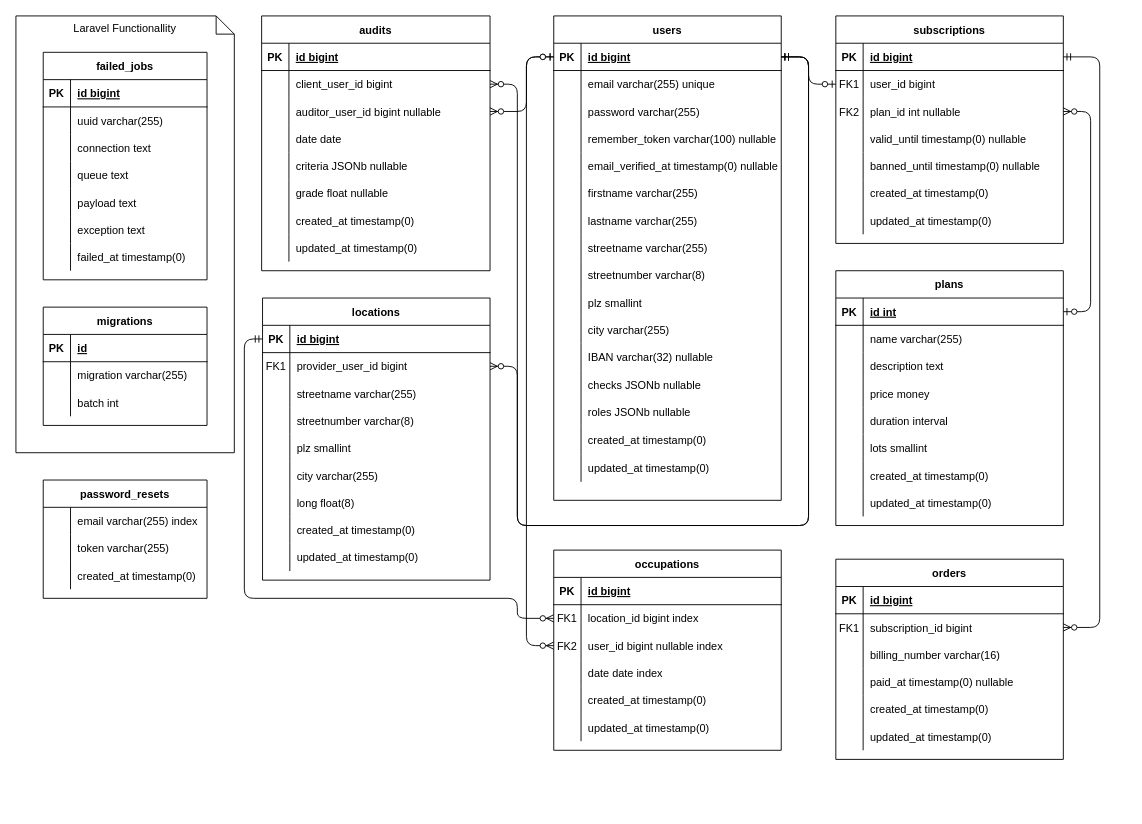
PatrickRoethlisberger/CS-Datenbanktechnologie keeps this draw.io diagram as docs/ERM_Patrick.drawio. Above is the earlier version. Source tidied: cells renumbered, new cells numbered last; positions are measured from the earlier drawing's top-left corner, leaving out a move shared by most shapes. Both pictures are drawn from the tidied source at 91%, with x=0, y=0 at pixel (15, 15).
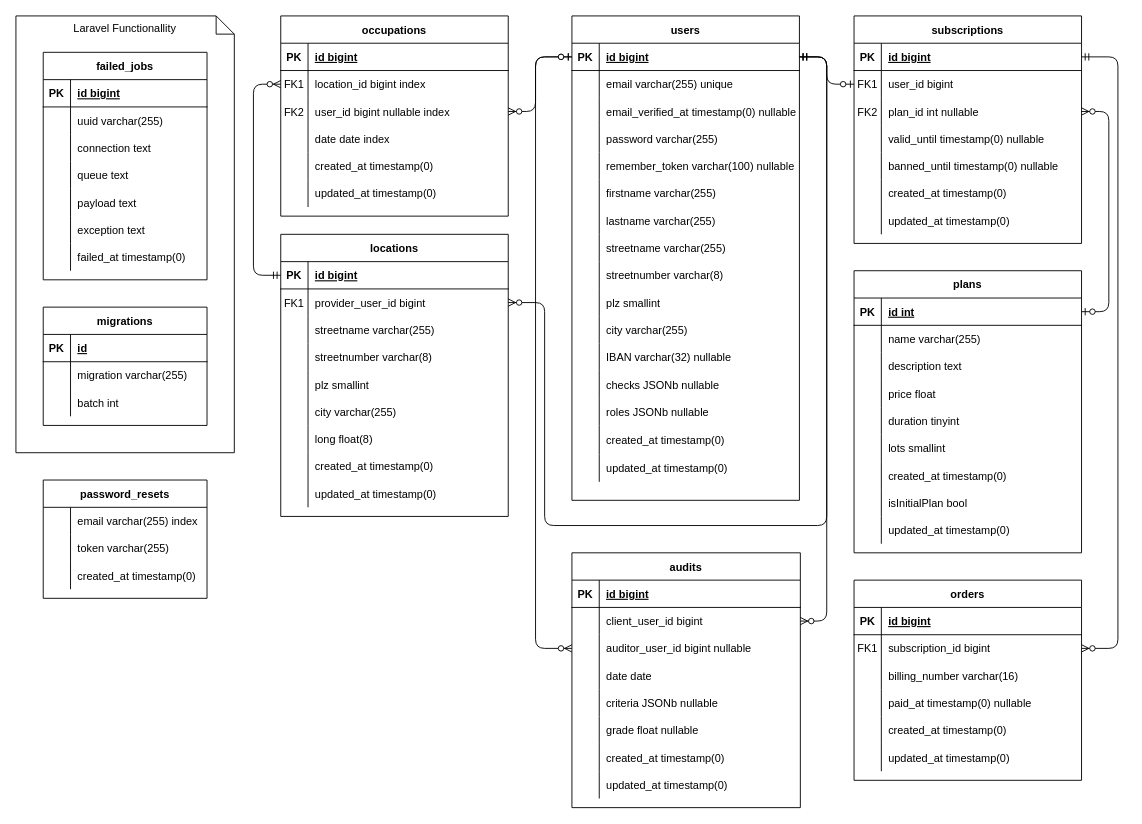
The same page after the edit.

Unchanged cells that the change refers to:
```xml
<mxCell id="3" style="shape=partialRectangle;fillColor=none;points=[[0,0.5],[1,0.5]];portConstraint=eastwest;top=0;left=0;right=0;bottom=1;" parent="2" vertex="1">
  <mxGeometry y="30" width="250" height="30" as="geometry" />
</mxCell>
<mxCell id="6" style="shape=partialRectangle;fillColor=none;points=[[0,0.5],[1,0.5]];portConstraint=eastwest;top=0;left=0;right=0;bottom=0;" parent="2" vertex="1">
  <mxGeometry y="60" width="250" height="30" as="geometry" />
</mxCell>
<mxCell id="34" style="shape=partialRectangle;fillColor=none;top=0;left=0;right=0;bottom=0;" parent="24" vertex="1">
  <mxGeometry y="120" width="250" height="30" as="geometry" />
</mxCell>
<mxCell id="37" style="shape=partialRectangle;fillColor=none;top=0;left=0;right=0;bottom=0;" parent="24" vertex="1">
  <mxGeometry y="150" width="250" height="30" as="geometry" />
</mxCell>
<mxCell id="50" style="shape=partialRectangle;fillColor=none;points=[[0,0.5],[1,0.5]];portConstraint=eastwest;top=0;left=0;right=0;bottom=1;" parent="49" vertex="1">
  <mxGeometry y="30" width="250" height="30" as="geometry" />
</mxCell>
<mxCell id="143" style="shape=partialRectangle;fillColor=none;top=0;left=0;bottom=1;right=0;points=[[0,0.5],[1,0.5]];portConstraint=eastwest;" parent="142" vertex="1">
  <mxGeometry y="30" width="250" height="30" as="geometry" />
</mxCell>
<mxCell id="146" style="shape=partialRectangle;fillColor=none;top=0;left=0;bottom=0;right=0;points=[[0,0.5],[1,0.5]];portConstraint=eastwest;" parent="142" vertex="1">
  <mxGeometry y="60" width="250" height="30" as="geometry" />
</mxCell>
<mxCell id="174" style="shape=partialRectangle;fillColor=none;top=0;left=0;bottom=0;right=0;points=[[0,0.5],[1,0.5]];portConstraint=eastwest;" parent="170" vertex="1">
  <mxGeometry y="60" width="250" height="30" as="geometry" />
</mxCell>
<mxCell id="177" style="shape=partialRectangle;fillColor=none;top=0;left=0;bottom=0;right=0;points=[[0,0.5],[1,0.5]];portConstraint=eastwest;" parent="170" vertex="1">
  <mxGeometry y="90" width="250" height="30" as="geometry" />
</mxCell>
<mxCell id="195" style="shape=partialRectangle;fillColor=none;top=0;left=0;bottom=0;right=0;points=[[0,0.5],[1,0.5]];portConstraint=eastwest;" parent="191" vertex="1">
  <mxGeometry y="60" width="251" height="30" as="geometry" />
</mxCell>
<mxCell id="198" style="shape=partialRectangle;fillColor=none;top=0;left=0;bottom=0;right=0;points=[[0,0.5],[1,0.5]];portConstraint=eastwest;" parent="191" vertex="1">
  <mxGeometry y="90" width="251" height="30" as="geometry" />
</mxCell>
<mxCell id="223" style="shape=partialRectangle;fillColor=none;top=0;left=0;bottom=0;right=0;points=[[0,0.5],[1,0.5]];portConstraint=eastwest;" parent="219" vertex="1">
  <mxGeometry y="60" width="250" height="30" as="geometry" />
</mxCell>
```

Change to the diagram source:
```diff
@@
     <mxCell id="2" value="subscriptions" style="shape=table;startSize=30;childLayout=tableLayout;rowLines=0;fontStyle=1;align=center;" parent="1" vertex="1">
-      <mxGeometry x="901" width="250" height="250" as="geometry" />
+      <mxGeometry x="921" width="250" height="250" as="geometry" />
     </mxCell>
@@
     <mxCell id="24" value="plans" style="shape=table;startSize=30;childLayout=tableLayout;rowLines=0;fontStyle=1;align=center;" parent="1" vertex="1">
-      <mxGeometry x="901" y="280" width="250" height="280" as="geometry" />
+      <mxGeometry x="921" y="280" width="250" height="310" as="geometry" />
     </mxCell>
@@
-    <mxCell id="36" value="price money" style="shape=partialRectangle;overflow=hidden;fillColor=none;top=0;left=0;bottom=0;right=0;align=left;spacingLeft=6;" parent="34" vertex="1">
+    <mxCell id="36" value="price float" style="shape=partialRectangle;overflow=hidden;fillColor=none;top=0;left=0;bottom=0;right=0;align=left;spacingLeft=6;" parent="34" vertex="1">
       <mxGeometry x="30" width="220" height="30" as="geometry" />
     </mxCell>
@@
-    <mxCell id="39" value="duration interval" style="shape=partialRectangle;overflow=hidden;fillColor=none;top=0;left=0;bottom=0;right=0;align=left;spacingLeft=6;" parent="37" vertex="1">
+    <mxCell id="39" value="duration tinyint" style="shape=partialRectangle;overflow=hidden;fillColor=none;top=0;left=0;bottom=0;right=0;align=left;spacingLeft=6;" parent="37" vertex="1">
       <mxGeometry x="30" width="220" height="30" as="geometry" />
     </mxCell>
@@
+    <mxCell id="241" style="shape=partialRectangle;fillColor=none;top=0;left=0;right=0;bottom=0;" parent="24" vertex="1">
+      <mxGeometry y="240" width="250" height="30" as="geometry" />
+    </mxCell>
+    <mxCell id="242" style="shape=partialRectangle;overflow=hidden;fillColor=none;top=0;left=0;bottom=0;right=0;" parent="241" vertex="1">
+      <mxGeometry width="30" height="30" as="geometry" />
+    </mxCell>
+    <mxCell id="243" value="isInitialPlan bool" style="shape=partialRectangle;overflow=hidden;fillColor=none;top=0;left=0;bottom=0;right=0;align=left;spacingLeft=6;" parent="241" vertex="1">
+      <mxGeometry x="30" width="220" height="30" as="geometry" />
+    </mxCell>
     <mxCell id="46" style="shape=partialRectangle;fillColor=none;top=0;left=0;right=0;bottom=0;" parent="24" vertex="1">
-      <mxGeometry y="240" width="250" height="30" as="geometry" />
+      <mxGeometry y="270" width="250" height="30" as="geometry" />
     </mxCell>
@@
     <mxCell id="49" value="users" style="shape=table;startSize=30;childLayout=tableLayout;rowLines=0;fontStyle=1;align=center;" parent="1" vertex="1">
-      <mxGeometry x="591" width="250" height="532.3" as="geometry" />
+      <mxGeometry x="611" width="250" height="532.3" as="geometry" />
     </mxCell>
@@
+    <mxCell id="62" style="shape=partialRectangle;fillColor=none;top=0;left=0;right=0;bottom=0;" parent="49" vertex="1">
+      <mxGeometry y="90" width="250" height="30" as="geometry" />
+    </mxCell>
+    <mxCell id="63" style="shape=partialRectangle;overflow=hidden;fillColor=none;top=0;left=0;bottom=0;right=0;" parent="62" vertex="1">
+      <mxGeometry width="30" height="30" as="geometry" />
+    </mxCell>
+    <mxCell id="64" value="email_verified_at timestamp(0) nullable" style="shape=partialRectangle;overflow=hidden;fillColor=none;top=0;left=0;bottom=0;right=0;align=left;spacingLeft=6;" parent="62" vertex="1">
+      <mxGeometry x="30" width="220" height="30" as="geometry" />
+    </mxCell>
     <mxCell id="56" style="shape=partialRectangle;fillColor=none;top=0;left=0;right=0;bottom=0;" parent="49" vertex="1">
-      <mxGeometry y="90" width="250" height="30" as="geometry" />
+      <mxGeometry y="120" width="250" height="30" as="geometry" />
     </mxCell>
@@
     <mxCell id="59" style="shape=partialRectangle;fillColor=none;top=0;left=0;right=0;bottom=0;" parent="49" vertex="1">
-      <mxGeometry y="120" width="250" height="30" as="geometry" />
+      <mxGeometry y="150" width="250" height="30" as="geometry" />
     </mxCell>
@@
-    <mxCell id="62" style="shape=partialRectangle;fillColor=none;top=0;left=0;right=0;bottom=0;" parent="49" vertex="1">
-      <mxGeometry y="150" width="250" height="30" as="geometry" />
-    </mxCell>
-    <mxCell id="63" style="shape=partialRectangle;overflow=hidden;fillColor=none;top=0;left=0;bottom=0;right=0;" parent="62" vertex="1">
-      <mxGeometry width="30" height="30" as="geometry" />
-    </mxCell>
-    <mxCell id="64" value="email_verified_at timestamp(0) nullable" style="shape=partialRectangle;overflow=hidden;fillColor=none;top=0;left=0;bottom=0;right=0;align=left;spacingLeft=6;" parent="62" vertex="1">
-      <mxGeometry x="30" width="220" height="30" as="geometry" />
-    </mxCell>
@@
     <mxCell id="142" value="locations" style="shape=table;startSize=30;childLayout=tableLayout;rowLines=0;fontStyle=1;align=center;" parent="1" vertex="1">
-      <mxGeometry x="271" y="310" width="250" height="310" as="geometry" />
+      <mxGeometry x="291" y="240" width="250" height="310" as="geometry" />
     </mxCell>
@@
     <mxCell id="170" value="occupations" style="shape=table;startSize=30;childLayout=tableLayout;rowLines=0;fontStyle=1;align=center;" parent="1" vertex="1">
-      <mxGeometry x="591" y="587" width="250" height="220" as="geometry" />
+      <mxGeometry x="291" width="250" height="220" as="geometry" />
     </mxCell>
@@
     <mxCell id="189" style="edgeStyle=orthogonalEdgeStyle;fontSize=12;html=1;endArrow=ERzeroToMany;startArrow=ERmandOne;entryX=0;entryY=0.5;entryDx=0;entryDy=0;exitX=0;exitY=0.5;exitDx=0;exitDy=0;" parent="1" edge="1" source="143" target="174">
       <mxGeometry relative="1" as="geometry">
         <Array as="points">
-          <mxPoint x="251" y="355" />
-          <mxPoint x="251" y="640" />
-          <mxPoint x="551" y="640" />
-          <mxPoint x="551" y="662" />
+          <mxPoint x="261" y="285" />
+          <mxPoint x="261" y="75" />
         </Array>
       </mxGeometry>
     </mxCell>
-    <mxCell id="190" style="edgeStyle=orthogonalEdgeStyle;fontSize=12;html=1;endArrow=ERzeroToMany;startArrow=ERzeroToOne;entryX=0;entryY=0.5;entryDx=0;entryDy=0;exitX=0;exitY=0.5;exitDx=0;exitDy=0;strokeWidth=1;" parent="1" edge="1" source="50" target="177">
+    <mxCell id="190" style="edgeStyle=orthogonalEdgeStyle;fontSize=12;html=1;endArrow=ERzeroToMany;startArrow=ERzeroToOne;entryX=1;entryY=0.5;entryDx=0;entryDy=0;exitX=0;exitY=0.5;exitDx=0;exitDy=0;strokeWidth=1;" parent="1" edge="1" source="50" target="177">
       <mxGeometry relative="1" as="geometry">
         <Array as="points">
-          <mxPoint x="561" y="45" />
-          <mxPoint x="561" y="692" />
+          <mxPoint x="571" y="45" />
+          <mxPoint x="571" y="105" />
         </Array>
       </mxGeometry>
     </mxCell>
     <mxCell id="191" value="audits" style="shape=table;startSize=30;childLayout=tableLayout;rowLines=0;fontStyle=1;align=center;" parent="1" vertex="1">
-      <mxGeometry x="270" width="251" height="280" as="geometry" />
+      <mxGeometry x="611" y="590" width="251" height="280" as="geometry" />
     </mxCell>
@@
     <mxCell id="216" style="edgeStyle=orthogonalEdgeStyle;fontSize=12;html=1;endArrow=ERzeroToMany;startArrow=ERmandOne;exitX=1;exitY=0.5;exitDx=0;exitDy=0;entryX=1;entryY=0.5;entryDx=0;entryDy=0;" parent="1" edge="1" source="50" target="146">
       <mxGeometry relative="1" as="geometry">
         <Array as="points">
-          <mxPoint x="871" y="45" />
-          <mxPoint x="871" y="560" />
-          <mxPoint x="551" y="560" />
-          <mxPoint x="551" y="385" />
+          <mxPoint x="891" y="45" />
+          <mxPoint x="891" y="560" />
+          <mxPoint x="581" y="560" />
+          <mxPoint x="581" y="315" />
         </Array>
       </mxGeometry>
     </mxCell>
     <mxCell id="217" style="edgeStyle=orthogonalEdgeStyle;fontSize=12;html=1;endArrow=ERzeroToMany;startArrow=ERmandOne;entryX=1;entryY=0.5;entryDx=0;entryDy=0;exitX=1;exitY=0.5;exitDx=0;exitDy=0;endFill=1;" parent="1" edge="1" source="50" target="195">
       <mxGeometry relative="1" as="geometry">
         <Array as="points">
-          <mxPoint x="871" y="45" />
-          <mxPoint x="871" y="560" />
-          <mxPoint x="551" y="560" />
-          <mxPoint x="551" y="75" />
+          <mxPoint x="891" y="45" />
+          <mxPoint x="891" y="665" />
         </Array>
       </mxGeometry>
     </mxCell>
     <mxCell id="218" style="edgeStyle=orthogonalEdgeStyle;fontSize=12;html=1;endArrow=ERzeroToOne;startArrow=ERmandOne;entryX=0;entryY=0.5;entryDx=0;entryDy=0;exitX=1;exitY=0.5;exitDx=0;exitDy=0;" parent="1" edge="1" source="50" target="6">
       <mxGeometry relative="1" as="geometry">
         <Array as="points">
-          <mxPoint x="871" y="45" />
-          <mxPoint x="871" y="75" />
+          <mxPoint x="891" y="45" />
+          <mxPoint x="891" y="75" />
         </Array>
       </mxGeometry>
     </mxCell>
     <mxCell id="219" value="orders" style="shape=table;startSize=30;childLayout=tableLayout;rowLines=0;fontStyle=1;align=center;" parent="1" vertex="1">
-      <mxGeometry x="901" y="597" width="250" height="220" as="geometry" />
+      <mxGeometry x="921" y="620" width="250" height="220" as="geometry" />
     </mxCell>
@@
     <mxCell id="239" style="rounded=1;jettySize=auto;html=1;exitX=1;exitY=0.5;exitDx=0;exitDy=0;startArrow=ERmandOne;startFill=0;endArrow=ERzeroToMany;endFill=1;edgeStyle=orthogonalEdgeStyle;entryX=1;entryY=0.5;entryDx=0;entryDy=0;" parent="1" edge="1" source="3" target="223">
       <mxGeometry relative="1" as="geometry">
         <Array as="points">
-          <mxPoint x="1191" y="45" />
-          <mxPoint x="1191" y="672" />
+          <mxPoint x="1211" y="45" />
+          <mxPoint x="1211" y="695" />
         </Array>
       </mxGeometry>
     </mxCell>
-    <mxCell id="240" style="edgeStyle=orthogonalEdgeStyle;fontSize=12;html=1;endArrow=ERzeroToMany;startArrow=ERzeroToOne;entryX=1;entryY=0.5;entryDx=0;entryDy=0;exitX=0;exitY=0.5;exitDx=0;exitDy=0;" parent="1" edge="1" source="50" target="198">
+    <mxCell id="240" style="edgeStyle=orthogonalEdgeStyle;fontSize=12;html=1;endArrow=ERzeroToMany;startArrow=ERzeroToOne;entryX=0;entryY=0.5;entryDx=0;entryDy=0;exitX=0;exitY=0.5;exitDx=0;exitDy=0;" parent="1" edge="1" source="50" target="198">
       <mxGeometry relative="1" as="geometry">
         <Array as="points">
-          <mxPoint x="561" y="45" />
-          <mxPoint x="561" y="105" />
+          <mxPoint x="571" y="45" />
+          <mxPoint x="571" y="695" />
         </Array>
       </mxGeometry>
     </mxCell>
```
